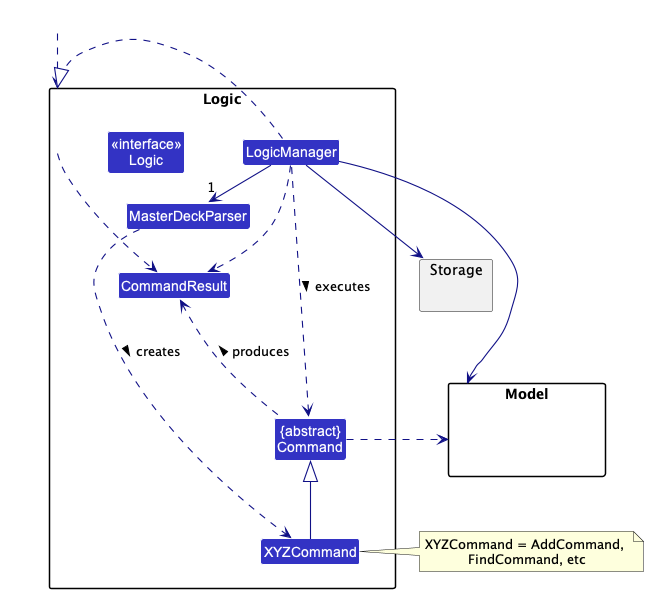
nus-cs2103-AY2223S2/tp keeps this PlantUML diagram as docs/images/LogicClassDiagram.png. Above is the earlier version.
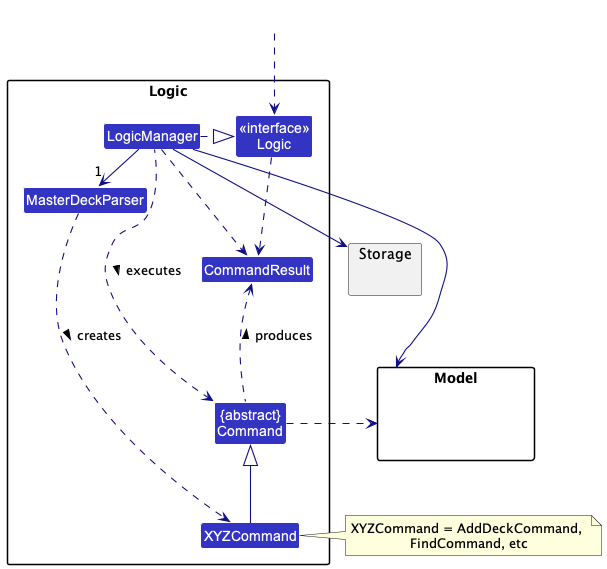
The same diagram one commit later.

Commit message:
Update logic class diagram

Change to the diagram source:
```diff
@@ -4,7 +4,7 @@
 skinparam arrowColor LOGIC_COLOR_T4
 skinparam classBackgroundColor LOGIC_COLOR
 
-package Logic {
+package Logic as PackageLogic {
 
 Class MasterDeckParser
 Class XYZCommand
@@ -38,7 +38,7 @@
 Storage --[hidden] Model
 Command .[hidden]up.> Storage
 Command .right.> Model
-note right of XYZCommand: XYZCommand = AddCommand, \nFindCommand, etc
+note right of XYZCommand: XYZCommand = AddDeckCommand, \nFindCommand, etc
 
 Logic ..> CommandResult
 LogicManager .down.> CommandResult
```
